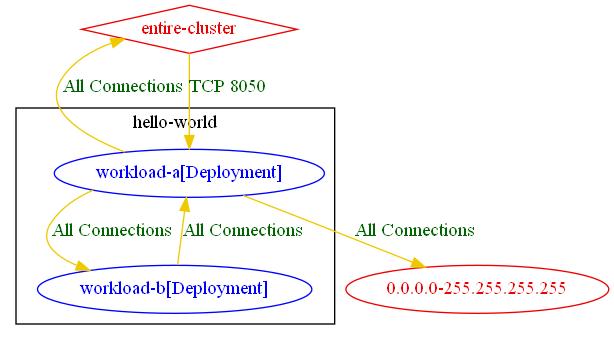
The Graphviz diagram test_outputs/connlist/exposure_test_matched_and_unmatched_rules_focus_workload_hello-world_workload-a_connlist_output.dot.png in np-guard/netpol-analyzer, before a commit. Its source is kept beside it as test_outputs/connlist/exposure_test_matched_and_unmatched_rules_focus_workload_hello-world_workload-a_connlist_output.dot.
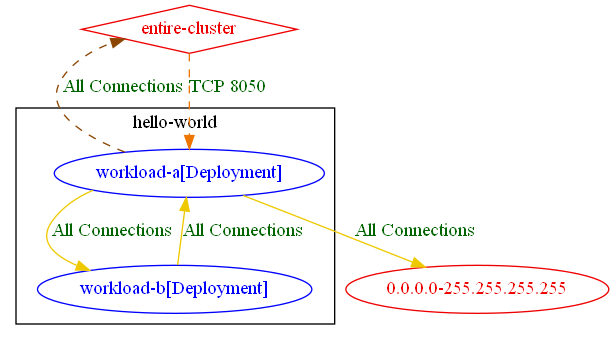
Later version of the same file.

What changed in the source:
```diff
@@ -8,9 +8,9 @@
 	}
 	"0.0.0.0-255.255.255.255" [label="0.0.0.0-255.255.255.255" color="red2" fontcolor="red2"]
 	"entire-cluster" [label="entire-cluster" color="red2" fontcolor="red2" shape=diamond]
-	"entire-cluster" -> "hello-world/workload-a[Deployment]" [label="TCP 8050" color="gold2" fontcolor="darkgreen" weight=1]
+	"entire-cluster" -> "hello-world/workload-a[Deployment]" [label="TCP 8050" color="darkorange2" fontcolor="darkgreen" weight=1 style=dashed]
 	"hello-world/workload-a[Deployment]" -> "0.0.0.0-255.255.255.255" [label="All Connections" color="gold2" fontcolor="darkgreen"]
-	"hello-world/workload-a[Deployment]" -> "entire-cluster" [label="All Connections" color="gold2" fontcolor="darkgreen" weight=0.5]
+	"hello-world/workload-a[Deployment]" -> "entire-cluster" [label="All Connections" color="darkorange4" fontcolor="darkgreen" weight=0.5 style=dashed]
 	"hello-world/workload-a[Deployment]" -> "hello-world/workload-b[Deployment]" [label="All Connections" color="gold2" fontcolor="darkgreen"]
 	"hello-world/workload-b[Deployment]" -> "hello-world/workload-a[Deployment]" [label="All Connections" color="gold2" fontcolor="darkgreen"]
 }
```
